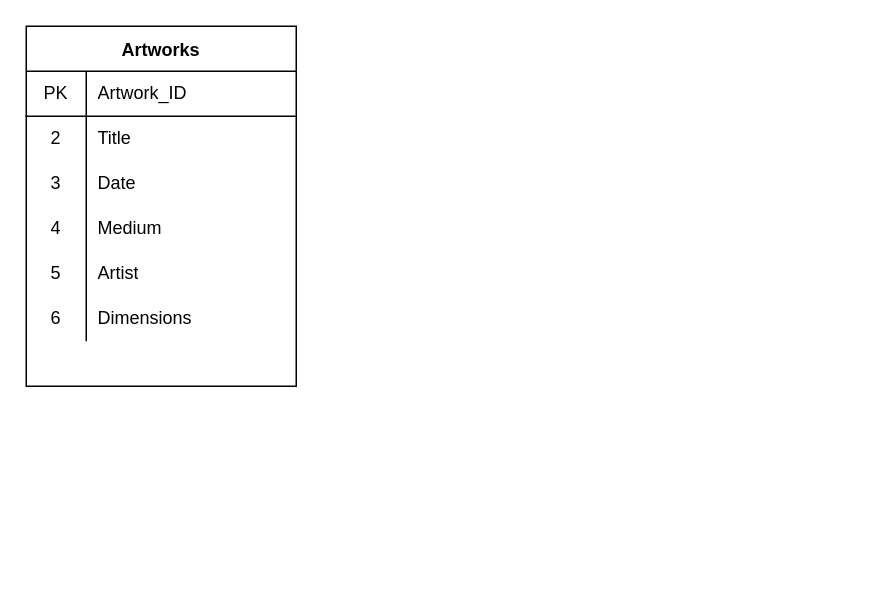
Before: Untitled Diagram.drawio in lnishihira/test, a draw.io diagram. Source tidied: cells renumbered, new cells numbered last; positions are measured from the earlier drawing's top-left corner, leaving out a move shared by most shapes. Both pictures are drawn from the tidied source at 150%, with x=0, y=0 at pixel (26, 26).
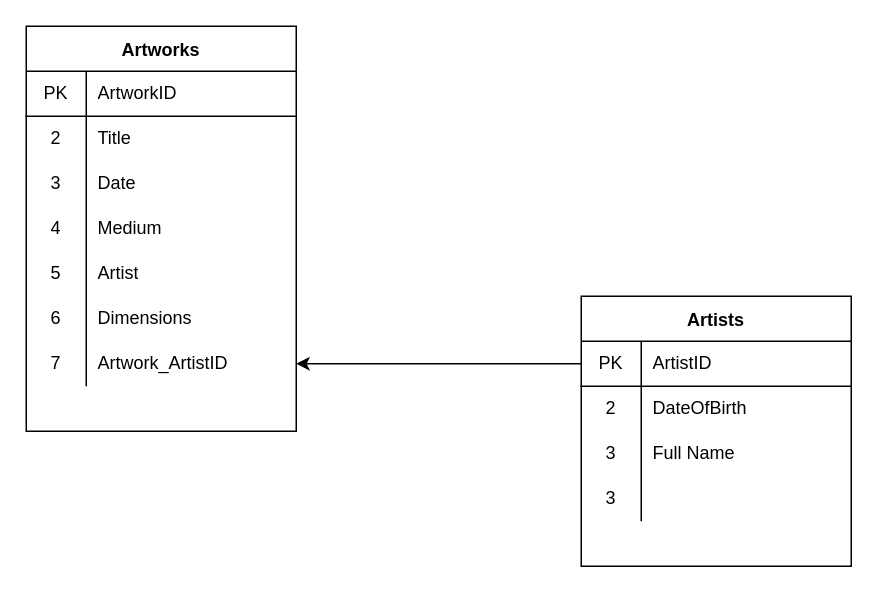
Above is the later version.

The change refers to these unchanged cells:
```xml
<mxCell id="3" style="shape=partialRectangle;html=1;whiteSpace=wrap;fillColor=none;top=0;left=0;bottom=1;right=0;" parent="2" vertex="1">
  <mxGeometry y="30" width="180" height="30" as="geometry" />
</mxCell>
```

The edit, as a diff of the source:
```diff
@@
     <mxCell id="2" value="Artworks" style="shape=table;startSize=30;childLayout=tableLayout;rowLines=0;fontStyle=1;align=center;" parent="1" vertex="1">
-      <mxGeometry width="180" height="240" as="geometry" />
+      <mxGeometry width="180" height="270" as="geometry" />
     </mxCell>
@@
-    <mxCell id="5" value="&lt;div&gt;Artwork_ID&lt;/div&gt;" style="shape=partialRectangle;html=1;whiteSpace=wrap;fillColor=none;top=0;left=0;bottom=0;right=0;align=left;spacingLeft=6;overflow=hidden;" parent="3" vertex="1">
+    <mxCell id="5" value="&lt;div&gt;ArtworkID&lt;/div&gt;" style="shape=partialRectangle;html=1;whiteSpace=wrap;fillColor=none;top=0;left=0;bottom=0;right=0;align=left;spacingLeft=6;overflow=hidden;" parent="3" vertex="1">
       <mxGeometry x="40" width="140" height="30" as="geometry" />
     </mxCell>
@@
+    <mxCell id="21" style="shape=partialRectangle;html=1;whiteSpace=wrap;fillColor=none;top=0;left=0;bottom=0;right=0;points=[[0,0.5],[1,0.5]];portConstraint=eastwest;" parent="2" vertex="1">
+      <mxGeometry y="210" width="180" height="30" as="geometry" />
+    </mxCell>
+    <mxCell id="22" value="7" style="shape=partialRectangle;html=1;whiteSpace=wrap;fillColor=none;top=0;left=0;bottom=0;right=0;overflow=hidden;" parent="21" vertex="1">
+      <mxGeometry width="40" height="30" as="geometry" />
+    </mxCell>
+    <mxCell id="23" value="Artwork_ArtistID" style="shape=partialRectangle;html=1;whiteSpace=wrap;fillColor=none;top=0;left=0;bottom=0;right=0;align=left;spacingLeft=6;overflow=hidden;" parent="21" vertex="1">
+      <mxGeometry x="40" width="140" height="30" as="geometry" />
+    </mxCell>
+    <mxCell id="24" value="Artists" style="shape=table;startSize=30;childLayout=tableLayout;rowLines=0;fontStyle=1;align=center;" parent="1" vertex="1">
+      <mxGeometry x="370" y="180" width="180" height="180" as="geometry" />
+    </mxCell>
+    <mxCell id="25" style="shape=partialRectangle;html=1;whiteSpace=wrap;fillColor=none;top=0;left=0;bottom=1;right=0;points=[[0,0.5],[1,0.5]];portConstraint=eastwest;" parent="24" vertex="1">
+      <mxGeometry y="30" width="180" height="30" as="geometry" />
+    </mxCell>
+    <mxCell id="26" value="PK" style="shape=partialRectangle;html=1;whiteSpace=wrap;fillColor=none;top=0;left=0;bottom=0;right=0;overflow=hidden;" parent="25" vertex="1">
+      <mxGeometry width="40" height="30" as="geometry" />
+    </mxCell>
+    <mxCell id="27" value="ArtistID" style="shape=partialRectangle;html=1;whiteSpace=wrap;fillColor=none;top=0;left=0;bottom=0;right=0;align=left;spacingLeft=6;overflow=hidden;" parent="25" vertex="1">
+      <mxGeometry x="40" width="140" height="30" as="geometry" />
+    </mxCell>
+    <mxCell id="28" style="shape=partialRectangle;html=1;whiteSpace=wrap;fillColor=none;top=0;left=0;bottom=0;right=0;" parent="24" vertex="1">
+      <mxGeometry y="60" width="180" height="30" as="geometry" />
+    </mxCell>
+    <mxCell id="29" value="2" style="shape=partialRectangle;html=1;whiteSpace=wrap;fillColor=none;top=0;left=0;bottom=0;right=0;overflow=hidden;" parent="28" vertex="1">
+      <mxGeometry width="40" height="30" as="geometry" />
+    </mxCell>
+    <mxCell id="30" value="DateOfBirth" style="shape=partialRectangle;html=1;whiteSpace=wrap;fillColor=none;top=0;left=0;bottom=0;right=0;align=left;spacingLeft=6;overflow=hidden;" parent="28" vertex="1">
+      <mxGeometry x="40" width="140" height="30" as="geometry" />
+    </mxCell>
+    <mxCell id="31" style="shape=partialRectangle;html=1;whiteSpace=wrap;fillColor=none;top=0;left=0;bottom=0;right=0;" parent="24" vertex="1">
+      <mxGeometry y="90" width="180" height="30" as="geometry" />
+    </mxCell>
+    <mxCell id="32" value="3" style="shape=partialRectangle;html=1;whiteSpace=wrap;fillColor=none;top=0;left=0;bottom=0;right=0;overflow=hidden;" parent="31" vertex="1">
+      <mxGeometry width="40" height="30" as="geometry" />
+    </mxCell>
+    <mxCell id="33" value="Full Name" style="shape=partialRectangle;html=1;whiteSpace=wrap;fillColor=none;top=0;left=0;bottom=0;right=0;align=left;spacingLeft=6;overflow=hidden;" parent="31" vertex="1">
+      <mxGeometry x="40" width="140" height="30" as="geometry" />
+    </mxCell>
+    <mxCell id="34" style="shape=partialRectangle;html=1;whiteSpace=wrap;fillColor=none;top=0;left=0;bottom=0;right=0;" parent="24" vertex="1">
+      <mxGeometry y="120" width="180" height="30" as="geometry" />
+    </mxCell>
+    <mxCell id="35" value="3" style="shape=partialRectangle;html=1;whiteSpace=wrap;fillColor=none;top=0;left=0;bottom=0;right=0;overflow=hidden;" parent="34" vertex="1">
+      <mxGeometry width="40" height="30" as="geometry" />
+    </mxCell>
+    <mxCell id="36" style="shape=partialRectangle;html=1;whiteSpace=wrap;fillColor=none;top=0;left=0;bottom=0;right=0;align=left;spacingLeft=6;overflow=hidden;" parent="34" vertex="1">
+      <mxGeometry x="40" width="140" height="30" as="geometry" />
+    </mxCell>
+    <mxCell id="37" style="edgeStyle=elbowEdgeStyle;elbow=horizontal;endArrow=classic;html=1;rounded=0;entryX=1;entryY=0.5;entryDx=0;entryDy=0;exitX=0;exitY=0.5;exitDx=0;exitDy=0;" parent="1" edge="1" source="25" target="21">
+      <mxGeometry relative="1" as="geometry" />
+    </mxCell>
```
